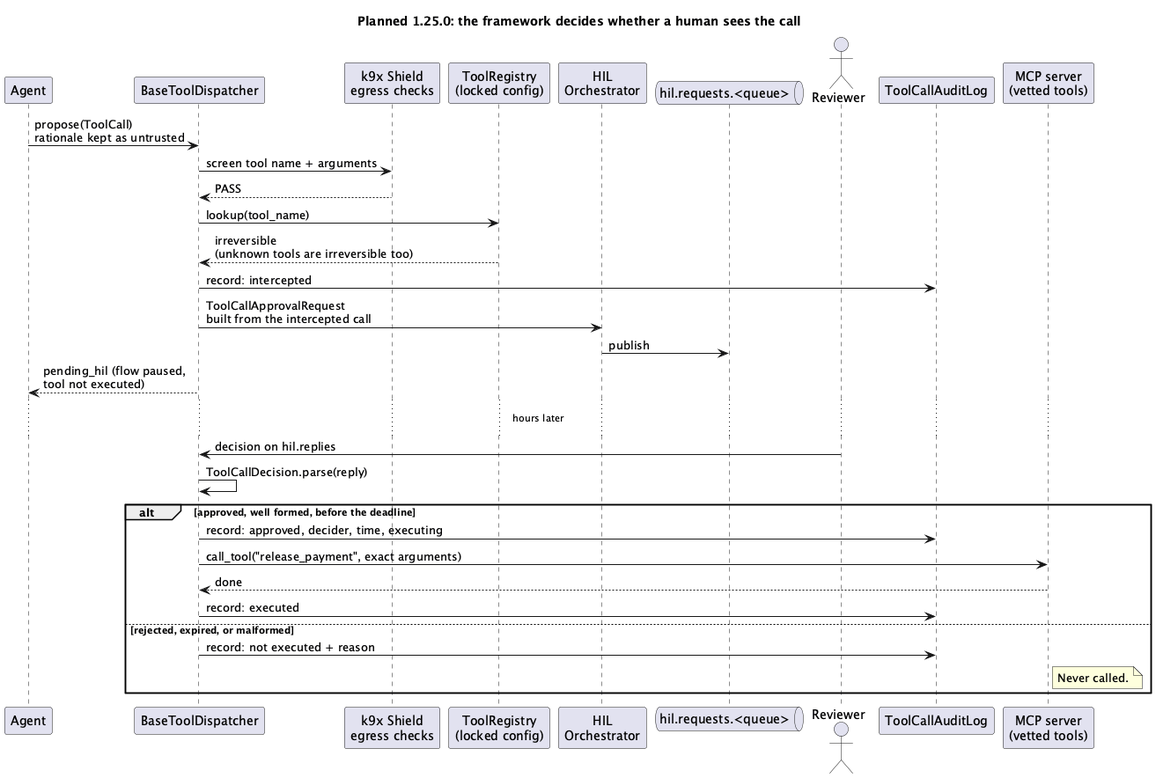
Earlier version of the PlantUML export assets/images/blogs/hil-review-planned.png (k9aif/k9-aif-blogs).
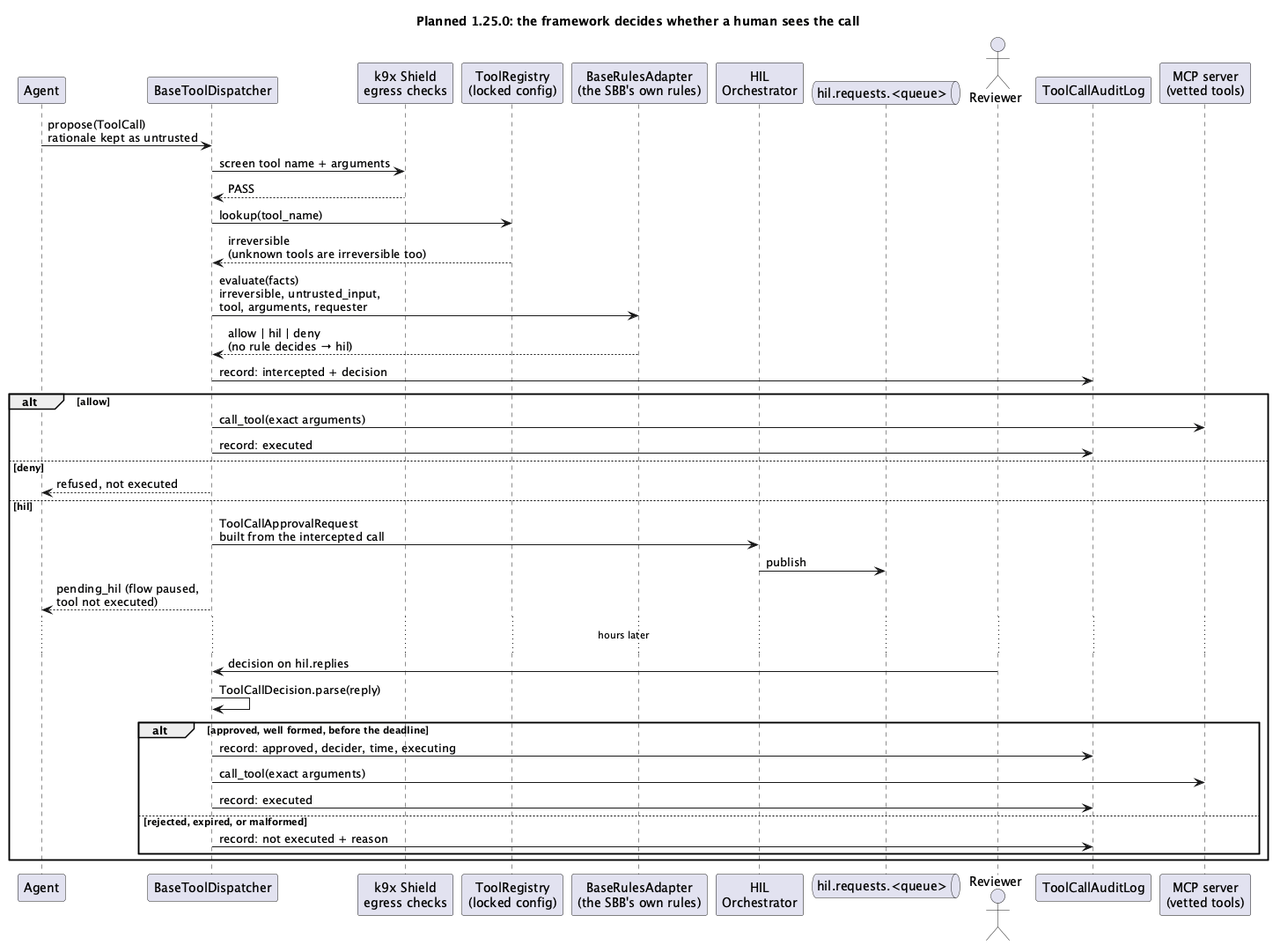
After the commit.

Commit message:
Blog draft: solution built on existing rules adapters and Zero Trust; three outcomes; scale

Change to the diagram source:
```diff
@@ -5,6 +5,7 @@
 participant "BaseToolDispatcher" as D
 participant "k9x Shield\negress checks" as SE
 participant "ToolRegistry\n(locked config)" as R
+participant "BaseRulesAdapter\n(the SBB's own rules)" as RU
 participant "HIL\nOrchestrator" as H
 queue "hil.requests.<queue>" as Q
 actor "Reviewer" as V
@@ -16,25 +17,28 @@
 SE --> D : PASS
 D -> R : lookup(tool_name)
 R --> D : irreversible\n(unknown tools are irreversible too)
-D -> AU : record: intercepted
-D -> H : ToolCallApprovalRequest\nbuilt from the intercepted call
-H -> Q : publish
-D --> A : pending_hil (flow paused,\ntool not executed)
+D -> RU : evaluate(facts)\nirreversible, untrusted_input,\ntool, arguments, requester
+RU --> D : allow | hil | deny\n(no rule decides → hil)
+D -> AU : record: intercepted + decision
 
-... hours later ...
-
-V -> D : decision on hil.replies
-D -> D : ToolCallDecision.parse(reply)
-
-alt approved, well formed, before the deadline
-  D -> AU : record: approved, decider, time, executing
-  D -> T : call_tool("release_payment", exact arguments)
-  T --> D : done
+alt allow
+  D -> T : call_tool(exact arguments)
   D -> AU : record: executed
-else rejected, expired, or malformed
-  D -> AU : record: not executed + reason
-  note right of T
-    Never called.
-  end note
+else deny
+  D --> A : refused, not executed
+else hil
+  D -> H : ToolCallApprovalRequest\nbuilt from the intercepted call
+  H -> Q : publish
+  D --> A : pending_hil (flow paused,\ntool not executed)
+  ... hours later ...
+  V -> D : decision on hil.replies
+  D -> D : ToolCallDecision.parse(reply)
+  alt approved, well formed, before the deadline
+    D -> AU : record: approved, decider, time, executing
+    D -> T : call_tool(exact arguments)
+    D -> AU : record: executed
+  else rejected, expired, or malformed
+    D -> AU : record: not executed + reason
+  end
 end
 @enduml
```
